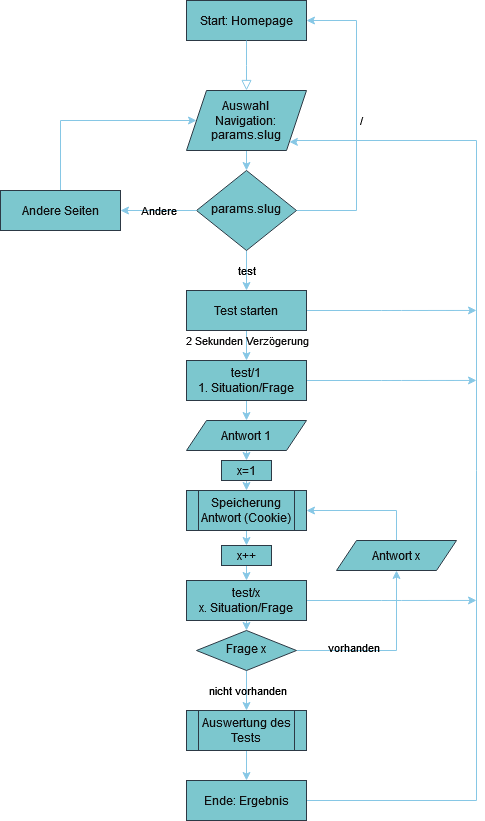
newr90/communication-test keeps this draw.io diagram as static/Ablaufplan.drawio.png. Above is the earlier version. Source tidied: cells renumbered, new cells last; positions are measured from the earlier drawing's top-left corner, leaving out a move shared by most shapes.
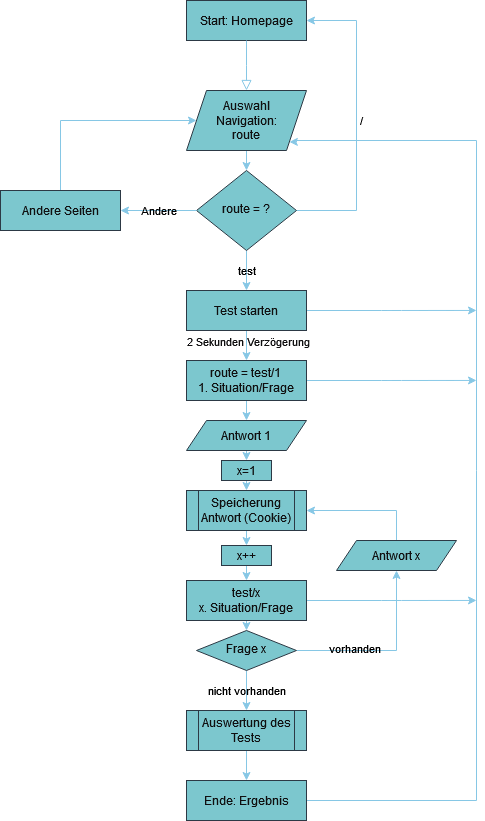
After the change.

Change to the diagram source:
```diff
@@ -13,7 +13,7 @@
     <mxCell id="4" style="edgeStyle=orthogonalEdgeStyle;rounded=0;jettySize=auto;html=1;exitX=0.5;exitY=1;exitDx=0;exitDy=0;entryX=0.5;entryY=0;entryDx=0;entryDy=0;labelBackgroundColor=none;fontColor=default;strokeColor=#0B4D6A;" parent="1" edge="1" source="5" target="8">
       <mxGeometry relative="1" as="geometry" />
     </mxCell>
-    <mxCell id="5" value="&lt;div&gt;Auswahl&lt;/div&gt;&lt;div&gt;Navigation:&lt;/div&gt;&lt;div&gt;params.slug&lt;br&gt;&lt;/div&gt;" style="shape=parallelogram;perimeter=parallelogramPerimeter;whiteSpace=wrap;html=1;fixedSize=1;labelBackgroundColor=none;rounded=0;fillColor=#09555B;strokeColor=#BAC8D3;fontColor=#EEEEEE;" parent="1" vertex="1">
+    <mxCell id="5" value="&lt;div&gt;Auswahl&lt;/div&gt;&lt;div&gt;Navigation:&lt;/div&gt;&lt;div&gt;route&lt;br&gt;&lt;/div&gt;" style="shape=parallelogram;perimeter=parallelogramPerimeter;whiteSpace=wrap;html=1;fixedSize=1;labelBackgroundColor=none;rounded=0;fillColor=#09555B;strokeColor=#BAC8D3;fontColor=#EEEEEE;" parent="1" vertex="1">
       <mxGeometry x="186" y="90" width="120" height="60" as="geometry" />
     </mxCell>
     <mxCell id="6" value="&lt;font color=&quot;#ffffff&quot;&gt;&amp;nbsp;&amp;nbsp; / &lt;/font&gt;" style="edgeStyle=orthogonalEdgeStyle;rounded=0;jettySize=auto;html=1;exitX=1;exitY=0.5;exitDx=0;exitDy=0;entryX=1;entryY=0.5;entryDx=0;entryDy=0;labelBackgroundColor=none;fontColor=default;strokeColor=#0B4D6A;" parent="1" edge="1" source="8" target="2">
@@ -27,7 +27,7 @@
     <mxCell id="7" value="&lt;font color=&quot;#ffffff&quot;&gt;test&lt;/font&gt;" style="edgeStyle=orthogonalEdgeStyle;rounded=0;jettySize=auto;html=1;exitX=0.5;exitY=1;exitDx=0;exitDy=0;entryX=0.5;entryY=0;entryDx=0;entryDy=0;labelBackgroundColor=none;fontColor=default;strokeColor=#0B4D6A;" parent="1" edge="1" source="8" target="14">
       <mxGeometry relative="1" as="geometry" />
     </mxCell>
-    <mxCell id="8" value="params.slug" style="rhombus;whiteSpace=wrap;html=1;shadow=0;fontFamily=Helvetica;fontSize=12;align=center;strokeWidth=1;spacing=6;spacingTop=-4;labelBackgroundColor=none;rounded=0;fillColor=#09555B;strokeColor=#BAC8D3;fontColor=#EEEEEE;" parent="1" vertex="1">
+    <mxCell id="8" value="route = ?" style="rhombus;whiteSpace=wrap;html=1;shadow=0;fontFamily=Helvetica;fontSize=12;align=center;strokeWidth=1;spacing=6;spacingTop=-4;labelBackgroundColor=none;rounded=0;fillColor=#09555B;strokeColor=#BAC8D3;fontColor=#EEEEEE;" parent="1" vertex="1">
       <mxGeometry x="196" y="170" width="100" height="80" as="geometry" />
     </mxCell>
     <mxCell id="9" style="edgeStyle=orthogonalEdgeStyle;rounded=0;jettySize=auto;html=1;exitX=0.5;exitY=0;exitDx=0;exitDy=0;entryX=0;entryY=0.5;entryDx=0;entryDy=0;labelBackgroundColor=none;fontColor=default;strokeColor=#0B4D6A;" parent="1" edge="1" source="10" target="5">
@@ -64,7 +64,7 @@
         <mxPoint x="476" y="380" as="targetPoint" />
       </mxGeometry>
     </mxCell>
-    <mxCell id="17" value="&lt;div&gt;test/1&lt;/div&gt;&lt;div&gt;1. Situation/Frage&lt;br&gt;&lt;/div&gt;" style="rounded=0;whiteSpace=wrap;html=1;fontSize=12;glass=0;strokeWidth=1;shadow=0;labelBackgroundColor=none;fillColor=#09555B;strokeColor=#BAC8D3;fontColor=#EEEEEE;" parent="1" vertex="1">
+    <mxCell id="17" value="&lt;div&gt;route = test/1&lt;/div&gt;&lt;div&gt;1. Situation/Frage&lt;br&gt;&lt;/div&gt;" style="rounded=0;whiteSpace=wrap;html=1;fontSize=12;glass=0;strokeWidth=1;shadow=0;labelBackgroundColor=none;fillColor=#09555B;strokeColor=#BAC8D3;fontColor=#EEEEEE;" parent="1" vertex="1">
       <mxGeometry x="186" y="360" width="120" height="40" as="geometry" />
     </mxCell>
     <mxCell id="18" value="&lt;font color=&quot;#ffffff&quot;&gt;Andere&lt;/font&gt;" style="endArrow=classic;html=1;rounded=0;entryX=1;entryY=0.5;entryDx=0;entryDy=0;exitX=0;exitY=0.5;exitDx=0;exitDy=0;labelBackgroundColor=none;fontColor=default;strokeColor=#0B4D6A;" parent="1" edge="1" source="8" target="10">
```
